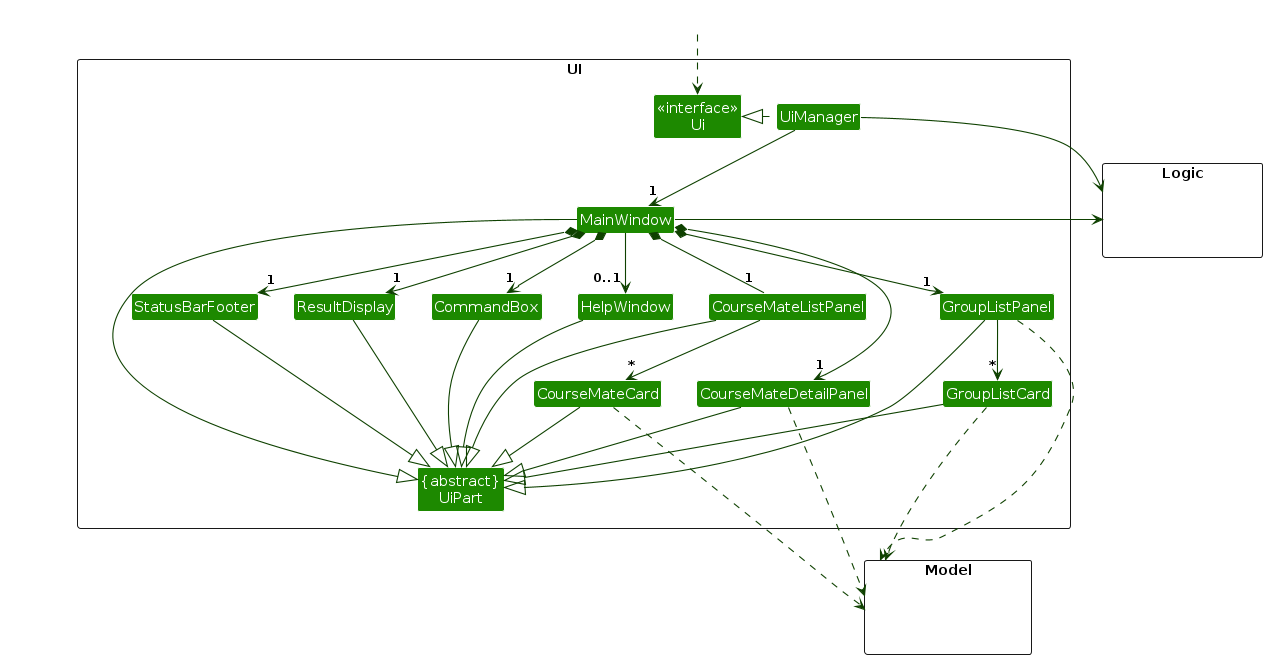
Above: diagrams/UiClassDiagram.png in AY2324S2-CS2103T-F13-3/tp (PlantUML), before the change. Its source is kept beside it as diagrams/UiClassDiagram.puml.
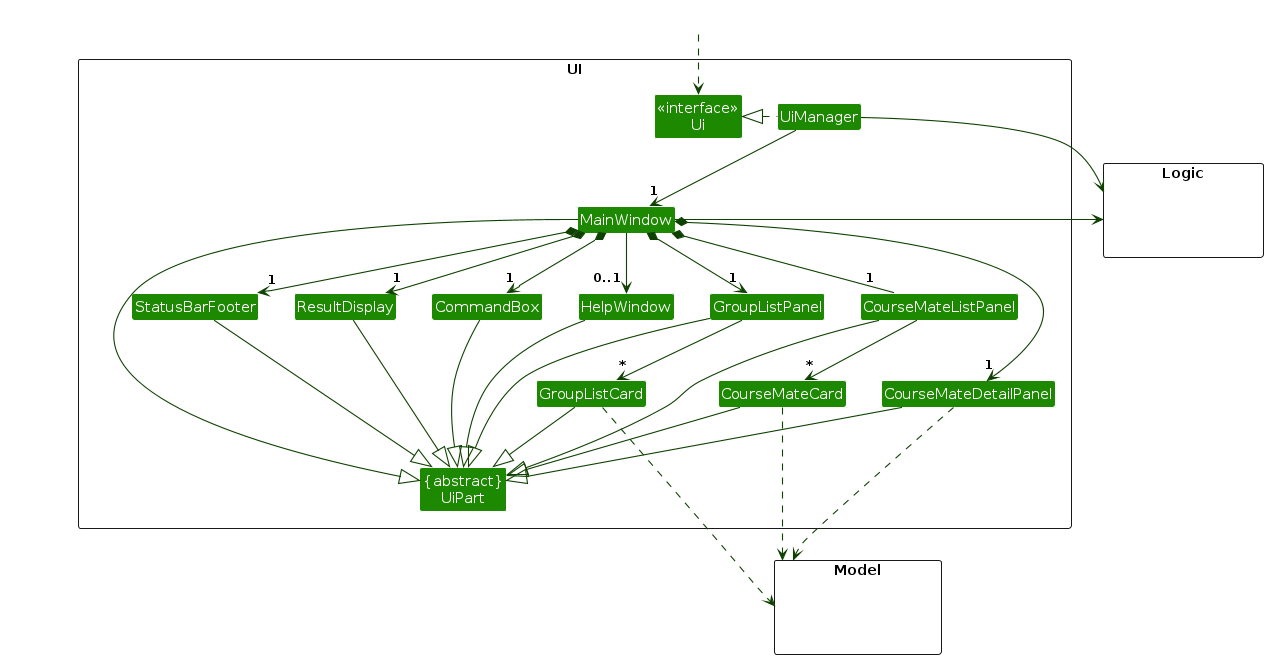
The same diagram one commit later.

The edit, as a diff of the source:
```diff
@@ -60,7 +60,6 @@
 CourseMateCard ...> Model
 CourseMateDetailPanel ..> Model
 GroupListCard ...> Model
-GroupListPanel ...> Model
 UiManager -right-> Logic
 MainWindow -left-> Logic
 
```
